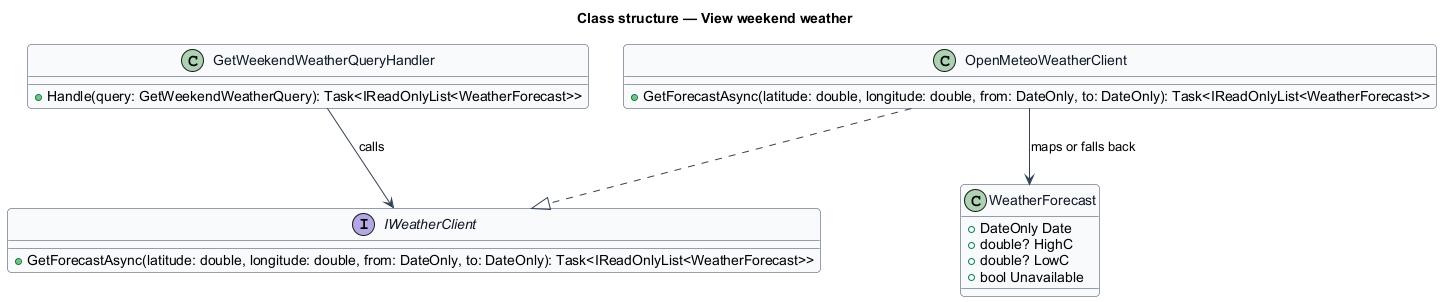
Above: docs/detailed-designs/weather/view-weekend-weather/diagrams/class-structure.png in QuinntyneBrown/saturdaze (PlantUML), before the change.
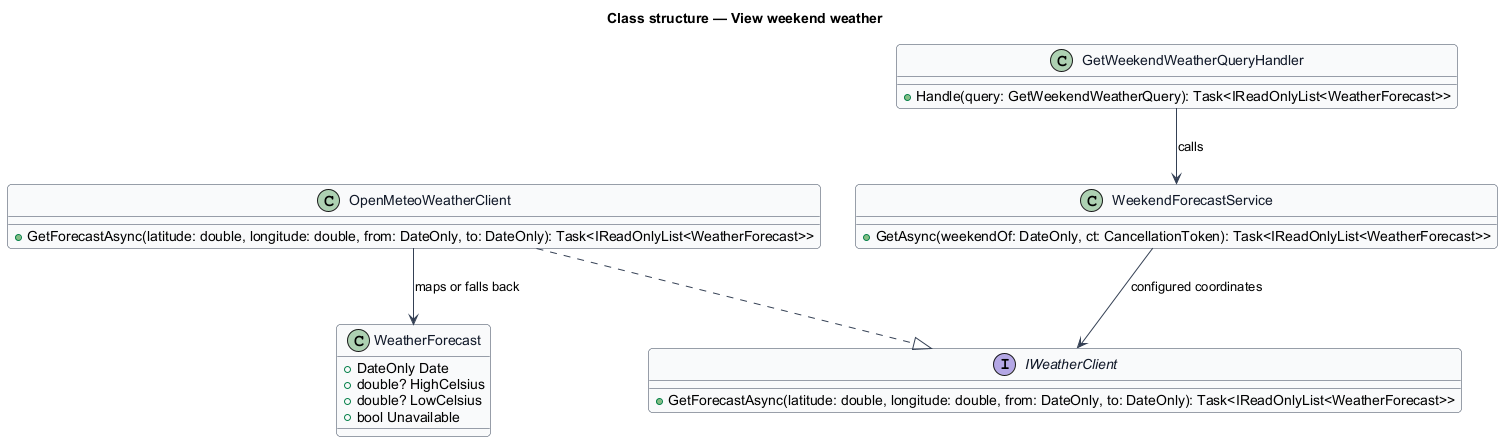
After the change.

What changed in the source:
```diff
@@ -22,11 +22,15 @@
 }
 class WeatherForecast {
   +DateOnly Date
-  +double? HighC
-  +double? LowC
+  +double? HighCelsius
+  +double? LowCelsius
   +bool Unavailable
 }
-GetWeekendWeatherQueryHandler --> IWeatherClient : calls
+class WeekendForecastService {
+  +GetAsync(weekendOf: DateOnly, ct: CancellationToken): Task<IReadOnlyList<WeatherForecast>>
+}
+GetWeekendWeatherQueryHandler --> WeekendForecastService : calls
+WeekendForecastService --> IWeatherClient : configured coordinates
 OpenMeteoWeatherClient ..|> IWeatherClient
 OpenMeteoWeatherClient --> WeatherForecast : maps or falls back
 @enduml
```
